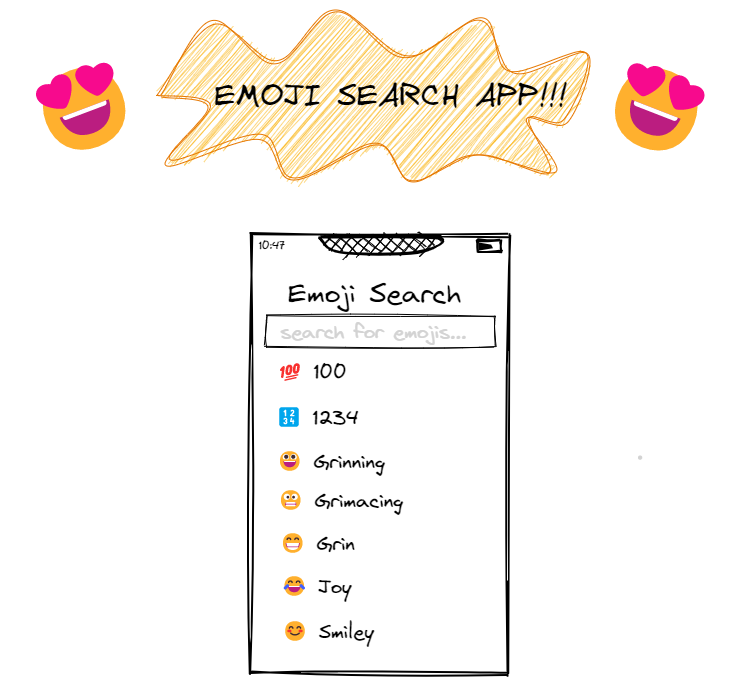
bprussell/ThoughtworksDemo keeps this Excalidraw diagram as emoji-search.excalidraw.png. Above is the earlier version. Source tidied: one line per element, renumbered; positions are measured from the earlier drawing's top-left corner, leaving out a move shared by most shapes.
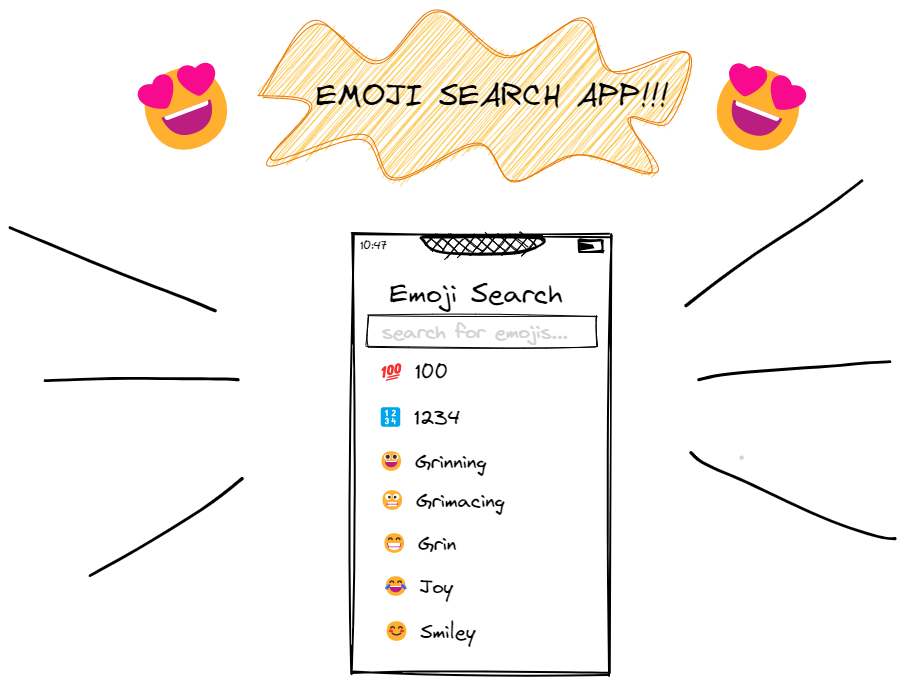
The same diagram one commit later.

Commit message:
add sweet lines

What changed in the source:
```diff
@@ -18,3 +18,9 @@
 {"id": 17, "type": "text", "text": "EMOJI SEARCH APP!!!", "strokeColor": "black", "strokeWidth": 1, "roughness": 2, "fontSize": 32, "fontFamily": 1, "x": 187, "y": 66, "width": 355, "height": 40}
 {"id": 18, "type": "text", "text": "😍", "strokeColor": "#e67700", "angle": 5.92, "strokeWidth": 1, "roughness": 2, "fontSize": 82.76, "fontFamily": 1, "x": 0, "y": 37, "width": 116, "height": 120}
 {"id": 19, "type": "text", "text": "😍", "strokeColor": "#e67700", "angle": 0.37, "strokeWidth": 1, "roughness": 2, "fontSize": 82.76, "fontFamily": 1, "x": 572, "y": 38, "width": 116, "height": 120}
+{"id": 20, "type": "freedraw", "strokeColor": "#000000", "strokeWidth": 1, "roughness": 1, "x": 86, "y": 299, "width": 205, "height": 83, "points": [[0, 0], [-1, 0], [-3, -1], [-10, -4], [-47, -20], [-138, -53], [-205, -83], [-205, -83]]}
+{"id": 21, "type": "freedraw", "strokeColor": "#000000", "strokeWidth": 1, "roughness": 1, "x": 109, "y": 368, "width": 193, "height": 3, "points": [[0, 0], [-14, -1], [-40, -1], [-92, -1], [-161, -2], [-188, 1], [-193, 1], [-193, 1]]}
+{"id": 22, "type": "freedraw", "strokeColor": "#000000", "strokeWidth": 1, "roughness": 1, "x": 113, "y": 467, "width": 152, "height": 97, "points": [[0, 0], [0, 1], [-2, 2], [-13, 11], [-53, 42], [-102, 70], [-139, 91], [-152, 97], [-152, 97]]}
+{"id": 23, "type": "freedraw", "strokeColor": "#000000", "strokeWidth": 1, "roughness": 1, "x": 557, "y": 294, "width": 176, "height": 125, "points": [[0, 0], [1, 0], [4, -3], [42, -33], [104, -78], [151, -103], [173, -121], [176, -125], [176, -125]]}
+{"id": 24, "type": "freedraw", "strokeColor": "#000000", "strokeWidth": 1, "roughness": 1, "x": 570, "y": 368, "width": 191, "height": 19, "points": [[0, 0], [1, 0], [37, -9], [120, -14], [177, -16], [187, -19], [190, -18], [191, -18], [191, -18]]}
+{"id": 25, "type": "freedraw", "strokeColor": "#000000", "strokeWidth": 1, "roughness": 1, "x": 562, "y": 441, "width": 204, "height": 88, "points": [[0, 0], [0, 1], [2, 5], [13, 14], [40, 24], [73, 36], [128, 65], [177, 85], [197, 88], [202, 88], [204, 87], [204, 86], [204, 86]]}
```
